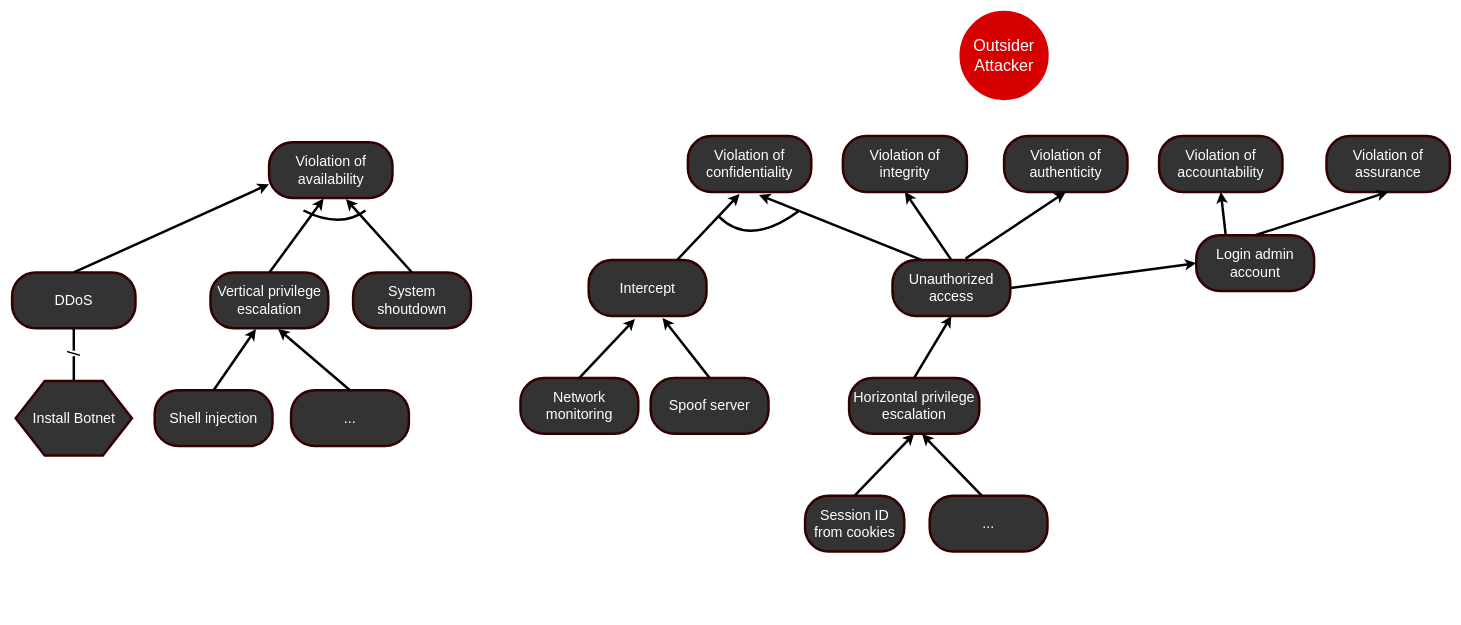
Above: Outsider attack trees.drawio in marzdeveloper/SoftwareCybersecurity (draw.io), before the change. Source tidied: cells renumbered, new cells numbered last; positions are measured from the earlier drawing's top-left corner, leaving out a move shared by most shapes. Both pictures are drawn from the tidied source at 62%, with x=0, y=0 at pixel (12, 12).
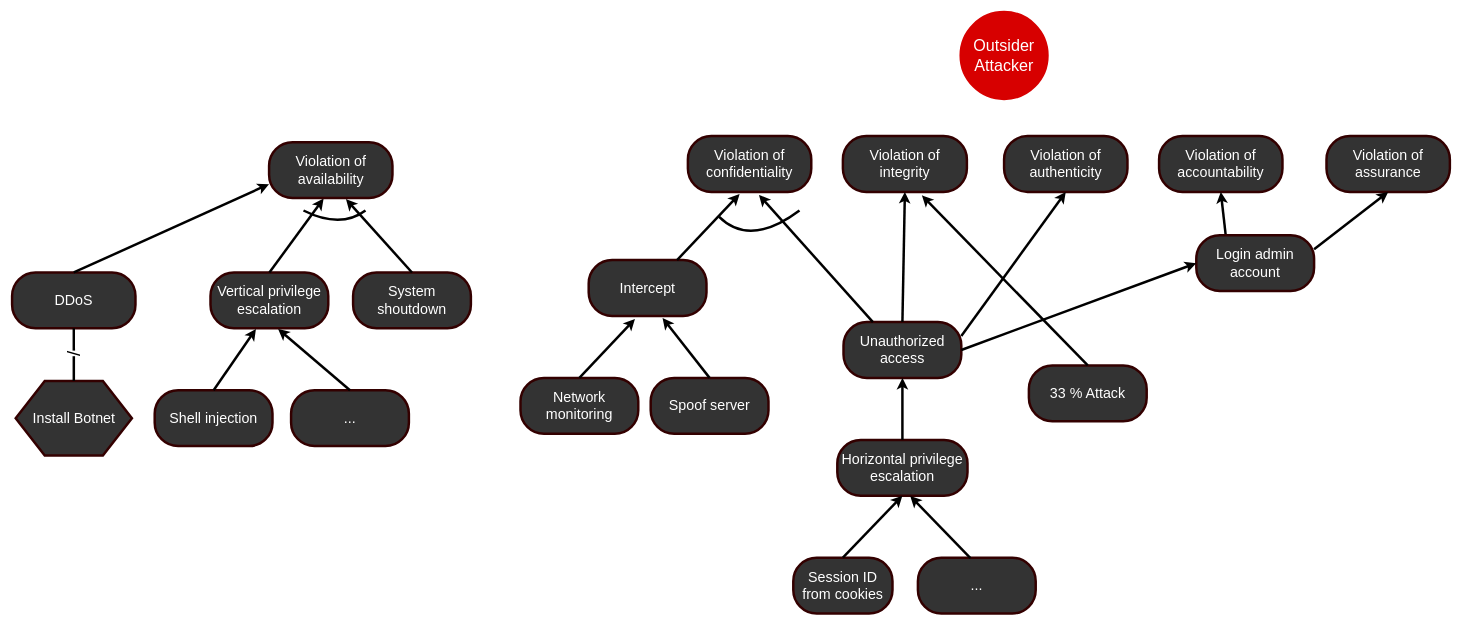
After the change.

Unchanged cells that the change refers to:
```xml
<mxCell id="3" value="&lt;font color=&quot;#ffffff&quot; style=&quot;font-size: 23px&quot;&gt;Violation of authenticity&lt;/font&gt;" style="rounded=1;whiteSpace=wrap;html=1;strokeColor=#330000;strokeWidth=4;fillColor=#333333;gradientColor=none;arcSize=42;" parent="1" vertex="1">
  <mxGeometry x="1600" y="200" width="199" height="90" as="geometry" />
</mxCell>
<mxCell id="5" value="&lt;font color=&quot;#ffffff&quot; style=&quot;font-size: 23px&quot;&gt;Violation of integrity&lt;/font&gt;" style="rounded=1;whiteSpace=wrap;html=1;strokeColor=#330000;strokeWidth=4;fillColor=#333333;gradientColor=none;arcSize=42;" parent="1" vertex="1">
  <mxGeometry x="1340" y="200" width="200" height="90" as="geometry" />
</mxCell>
<mxCell id="33" value="&lt;font color=&quot;#ffffff&quot; style=&quot;font-size: 23px&quot;&gt;Violation of assurance&lt;/font&gt;" style="rounded=1;whiteSpace=wrap;html=1;strokeColor=#330000;strokeWidth=4;fillColor=#333333;gradientColor=none;arcSize=42;" parent="1" vertex="1">
  <mxGeometry x="2120" y="200" width="199" height="90" as="geometry" />
</mxCell>
<mxCell id="37" value="&lt;font color=&quot;#ffffff&quot;&gt;&lt;span style=&quot;font-size: 23px&quot;&gt;Login admin account&lt;/span&gt;&lt;/font&gt;" style="rounded=1;whiteSpace=wrap;html=1;strokeColor=#330000;strokeWidth=4;fillColor=#333333;gradientColor=none;arcSize=42;" parent="1" vertex="1">
  <mxGeometry x="1910" y="360" width="190" height="90" as="geometry" />
</mxCell>
```

The edit, as a diff of the source:
```diff
@@
     <mxCell id="18" value="&lt;font color=&quot;#ffffff&quot;&gt;&lt;span style=&quot;font-size: 23px&quot;&gt;Unauthorized access&lt;/span&gt;&lt;/font&gt;" style="rounded=1;whiteSpace=wrap;html=1;strokeColor=#330000;strokeWidth=4;fillColor=#333333;gradientColor=none;arcSize=42;" parent="1" vertex="1">
-      <mxGeometry x="1420" y="400" width="190" height="90" as="geometry" />
+      <mxGeometry x="1341" y="500" width="190" height="90" as="geometry" />
     </mxCell>
@@
     <mxCell id="27" value="&lt;font color=&quot;#ffffff&quot;&gt;&lt;span style=&quot;font-size: 23px&quot;&gt;Horizontal privilege escalation&lt;/span&gt;&lt;/font&gt;" style="rounded=1;whiteSpace=wrap;html=1;strokeColor=#330000;strokeWidth=4;fillColor=#333333;gradientColor=none;arcSize=42;" parent="1" vertex="1">
-      <mxGeometry x="1350" y="590" width="210" height="90" as="geometry" />
+      <mxGeometry x="1331" y="690" width="210" height="90" as="geometry" />
     </mxCell>
@@
     <mxCell id="29" value="&lt;font color=&quot;#ffffff&quot;&gt;&lt;span style=&quot;font-size: 23px&quot;&gt;Session ID from cookies&lt;/span&gt;&lt;/font&gt;" style="rounded=1;whiteSpace=wrap;html=1;strokeColor=#330000;strokeWidth=4;fillColor=#333333;gradientColor=none;arcSize=42;" parent="1" vertex="1">
-      <mxGeometry x="1279" y="780" width="160" height="90" as="geometry" />
+      <mxGeometry x="1260" y="880" width="160" height="90" as="geometry" />
     </mxCell>
@@
     <mxCell id="31" value="&lt;font color=&quot;#ffffff&quot;&gt;&lt;span style=&quot;font-size: 23px&quot;&gt;...&lt;/span&gt;&lt;/font&gt;" style="rounded=1;whiteSpace=wrap;html=1;strokeColor=#330000;strokeWidth=4;fillColor=#333333;gradientColor=none;arcSize=42;" parent="1" vertex="1">
-      <mxGeometry x="1480" y="780" width="190" height="90" as="geometry" />
+      <mxGeometry x="1461" y="880" width="190" height="90" as="geometry" />
     </mxCell>
@@
-    <mxCell id="34" style="endArrow=classic;html=1;strokeColor=#000000;strokeWidth=4;fontColor=#FFD966;entryX=0.5;entryY=1;entryDx=0;entryDy=0;exitX=0.621;exitY=-0.028;exitDx=0;exitDy=0;exitPerimeter=0;" parent="1" edge="1" source="18" target="3">
+    <mxCell id="34" style="endArrow=classic;html=1;strokeColor=#000000;strokeWidth=4;fontColor=#FFD966;entryX=0.5;entryY=1;entryDx=0;entryDy=0;exitX=1;exitY=0.25;exitDx=0;exitDy=0;" parent="1" edge="1" source="18" target="3">
       <mxGeometry relative="1" as="geometry" />
     </mxCell>
@@
-    <mxCell id="36" style="endArrow=classic;html=1;strokeColor=#000000;strokeWidth=4;fontColor=#FFD966;entryX=0.5;entryY=1;entryDx=0;entryDy=0;exitX=0.5;exitY=0;exitDx=0;exitDy=0;" parent="1" edge="1" source="37" target="33">
+    <mxCell id="36" style="endArrow=classic;html=1;strokeColor=#000000;strokeWidth=4;fontColor=#FFD966;entryX=0.5;entryY=1;entryDx=0;entryDy=0;exitX=1;exitY=0.25;exitDx=0;exitDy=0;" parent="1" edge="1" source="37" target="33">
       <mxGeometry relative="1" as="geometry" />
     </mxCell>
@@
+    <mxCell id="44" value="&lt;font color=&quot;#ffffff&quot;&gt;&lt;span style=&quot;font-size: 23px&quot;&gt;33 % Attack&lt;/span&gt;&lt;/font&gt;" style="rounded=1;whiteSpace=wrap;html=1;strokeColor=#330000;strokeWidth=4;fillColor=#333333;gradientColor=none;arcSize=42;" parent="1" vertex="1">
+      <mxGeometry x="1640" y="570" width="190" height="90" as="geometry" />
+    </mxCell>
+    <mxCell id="45" style="endArrow=classic;html=1;strokeColor=#000000;strokeWidth=4;fontColor=#FFD966;entryX=0.637;entryY=1.062;entryDx=0;entryDy=0;exitX=0.5;exitY=0;exitDx=0;exitDy=0;entryPerimeter=0;" parent="1" edge="1" source="44" target="5">
+      <mxGeometry relative="1" as="geometry" />
+    </mxCell>
```
